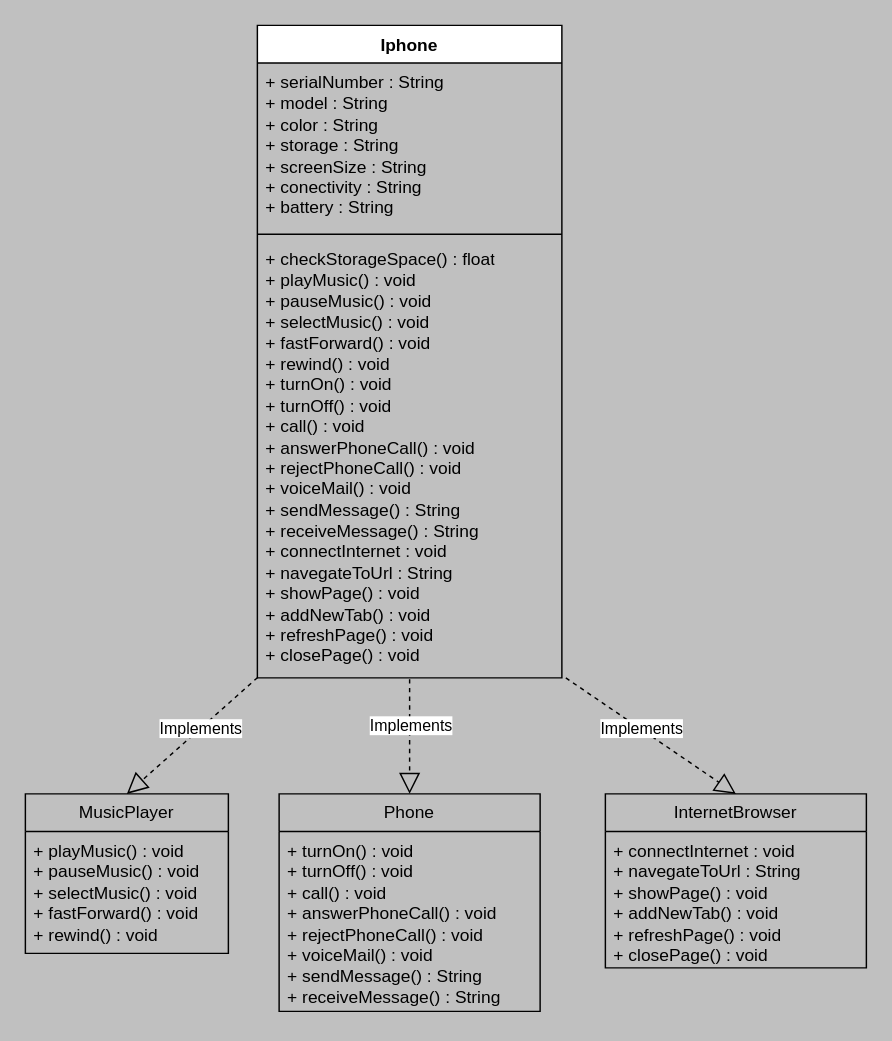
Before: diagram/UML-Iphone.drawio in lucascbarone/java-iphone, a draw.io diagram. Source tidied: cells renumbered, new cells numbered last; positions are measured from the earlier drawing's top-left corner, leaving out a move shared by most shapes. Both pictures are drawn from the tidied source at 145%, with x=0, y=0 at pixel (25, 25).
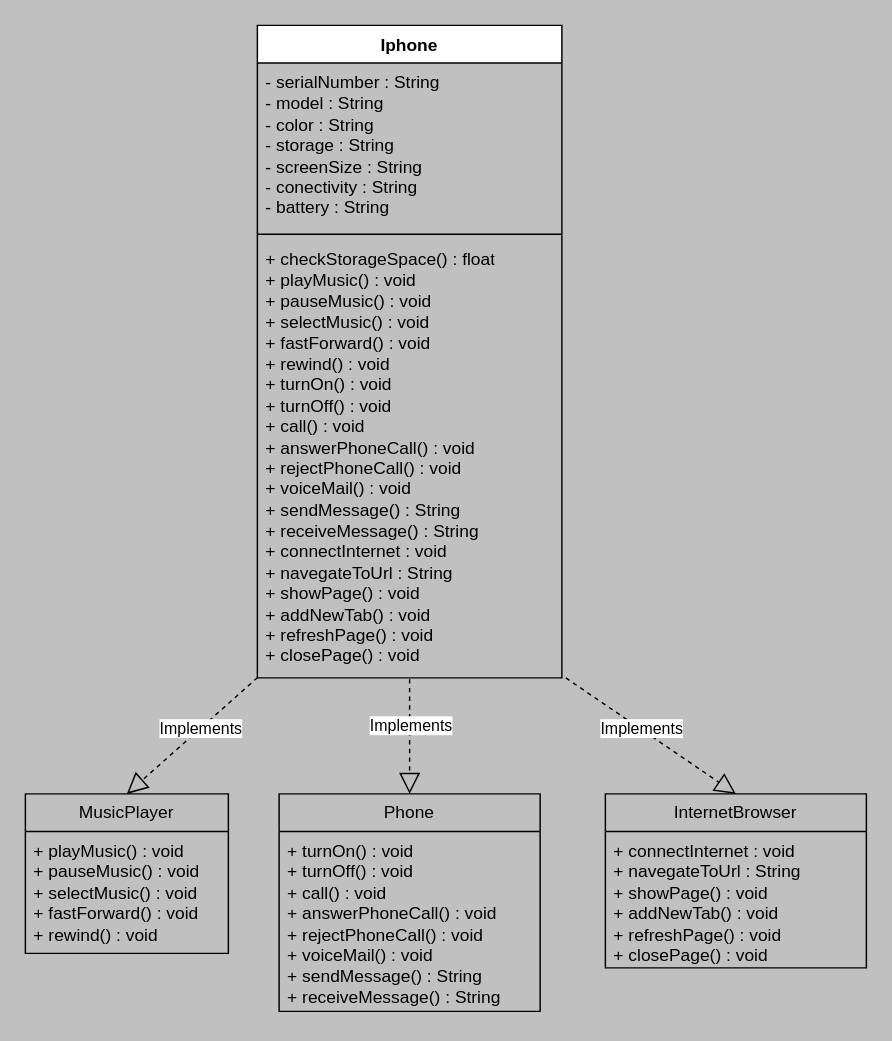
The same page after the edit.

Commit message (it also covers changes not shown here):
fixed attributes encapsulation on diagram and fixed a method type on the Iphone class

The edit, as a diff of the source:
```diff
@@
 <mxGraphModel background="#c0c0c0">
   <root>
     <mxCell id="0" />
     <mxCell id="1" parent="0" />
     <mxCell id="2" value="Iphone" style="swimlane;fontStyle=1;align=center;verticalAlign=top;horizontal=1;startSize=26;whiteSpace=wrap;html=1;" parent="1" vertex="1">
       <mxGeometry x="160" width="210" height="450" as="geometry" />
     </mxCell>
-    <mxCell id="3" value="&lt;div&gt;+ serialNumber : String&lt;/div&gt;&lt;div&gt;+ model : String&lt;/div&gt;&lt;div&gt;+ color : String&lt;/div&gt;&lt;div&gt;+ storage : String&lt;/div&gt;&lt;div&gt;&lt;div&gt;+ screenSize : String&lt;/div&gt;&lt;div&gt;+ conectivity : String&lt;br&gt;&lt;/div&gt;&lt;/div&gt;&lt;div&gt;+ battery : String&lt;/div&gt;&lt;div&gt;&lt;br&gt;&lt;/div&gt;&lt;div&gt;&lt;br&gt;&lt;/div&gt;&lt;div&gt;&lt;br&gt;&lt;/div&gt;" style="text;strokeColor=none;fillColor=none;align=left;verticalAlign=top;spacingLeft=4;spacingRight=4;overflow=hidden;whiteSpace=wrap;html=1;" parent="2" vertex="1">
+    <mxCell id="3" value="&lt;div&gt;- serialNumber : String&lt;/div&gt;&lt;div&gt;- model : String&lt;/div&gt;&lt;div&gt;- color : String&lt;/div&gt;&lt;div&gt;- storage : String&lt;/div&gt;&lt;div&gt;&lt;div&gt;- screenSize : String&lt;/div&gt;&lt;div&gt;- conectivity : String&lt;br&gt;&lt;/div&gt;&lt;/div&gt;&lt;div&gt;- battery : String&lt;/div&gt;&lt;div&gt;&lt;br&gt;&lt;/div&gt;&lt;div&gt;&lt;br&gt;&lt;/div&gt;&lt;div&gt;&lt;br&gt;&lt;/div&gt;" style="text;strokeColor=none;fillColor=none;align=left;verticalAlign=top;spacingLeft=4;spacingRight=4;overflow=hidden;whiteSpace=wrap;html=1;" parent="2" vertex="1">
       <mxGeometry y="26" width="210" height="114" as="geometry" />
     </mxCell>
     <mxCell id="4" style="line;strokeWidth=1;fillColor=none;align=left;verticalAlign=middle;spacingTop=-1;spacingLeft=3;spacingRight=3;labelPosition=right;strokeColor=inherit;" parent="2" vertex="1">
       <mxGeometry y="140" width="210" height="8" as="geometry" />
     </mxCell>
     <mxCell id="5" value="&lt;div&gt;+ checkStorageSpace() : float&lt;/div&gt;&lt;div&gt;+ playMusic() : void&lt;/div&gt;&lt;div&gt;+ pauseMusic() : void&lt;/div&gt;&lt;div&gt;+ selectMusic() : void&lt;/div&gt;&lt;div&gt;&lt;div&gt;+ fastForward() : void&lt;/div&gt;+ rewind() : void &lt;/div&gt;&lt;div&gt;&lt;div&gt;+ turnOn() : void&lt;/div&gt;+ turnOff() : void&lt;/div&gt;&lt;div&gt;+ call() : void&lt;/div&gt;&lt;div&gt;+ answerPhoneCall() : void&lt;/div&gt;&lt;div&gt;&lt;div&gt;&lt;div&gt;+ rejectPhoneCall() : void&lt;br&gt;&lt;/div&gt;&lt;div&gt;+ voiceMail() : void&lt;/div&gt;&lt;div&gt;+ sendMessage() : String&lt;/div&gt;+ receiveMessage() : String&lt;/div&gt;&lt;/div&gt;&lt;div&gt;+ connectInternet : void&lt;/div&gt;+ navegateToUrl : String&lt;div&gt;+ showPage() : void&lt;/div&gt;&lt;div&gt;+ addNewTab() : void&lt;/div&gt;&lt;div&gt;&lt;div&gt;+ refreshPage() : void&lt;/div&gt;&lt;div&gt;+ closePage() : void&lt;/div&gt;&lt;/div&gt;" style="text;strokeColor=none;fillColor=none;align=left;verticalAlign=top;spacingLeft=4;spacingRight=4;overflow=hidden;points=[[0,0.5],[1,0.5]];portConstraint=eastwest;whiteSpace=wrap;html=1;" parent="2" vertex="1">
       <mxGeometry y="148" width="210" height="302" as="geometry" />
     </mxCell>
     <mxCell id="6" value="MusicPlayer" style="swimlane;fontStyle=0;horizontal=1;startSize=26;fillColor=none;whiteSpace=wrap;html=1;" parent="1" vertex="1">
       <mxGeometry y="530" width="140" height="110" as="geometry" />
     </mxCell>
     <mxCell id="7" value="&lt;div&gt;+ playMusic() : void&lt;/div&gt;&lt;div&gt;+ pauseMusic() : void&lt;/div&gt;&lt;div&gt;+ selectMusic() : void&lt;/div&gt;&lt;div&gt;+ fastForward() : void&lt;/div&gt;&lt;div&gt;+ rewind() : void &lt;br&gt;&lt;/div&gt;&lt;div&gt;&lt;br&gt;&lt;/div&gt;" style="text;strokeColor=none;fillColor=none;align=left;verticalAlign=top;spacingLeft=4;spacingRight=4;overflow=hidden;whiteSpace=wrap;html=1;" parent="6" vertex="1">
       <mxGeometry y="26" width="140" height="84" as="geometry" />
     </mxCell>
     <mxCell id="8" value="Phone" style="swimlane;fontStyle=0;horizontal=1;startSize=26;fillColor=none;whiteSpace=wrap;html=1;" parent="1" vertex="1">
       <mxGeometry x="175" y="530" width="180" height="150" as="geometry" />
     </mxCell>
     <mxCell id="9" value="&lt;div&gt;+ turnOn() : void&lt;/div&gt;&lt;div&gt;+ turnOff() : void&lt;br&gt;&lt;/div&gt;&lt;div&gt;+ call() : void&lt;/div&gt;&lt;div&gt;+ answerPhoneCall() : void&lt;/div&gt;&lt;div&gt;+ rejectPhoneCall() : void&lt;br&gt;&lt;/div&gt;&lt;div&gt;+ voiceMail() : void&lt;/div&gt;&lt;div&gt;+ sendMessage() : String&lt;/div&gt;&lt;div&gt;+ receiveMessage() : String&lt;br&gt;&lt;/div&gt;" style="text;strokeColor=none;fillColor=none;align=left;verticalAlign=top;spacingLeft=4;spacingRight=4;overflow=hidden;whiteSpace=wrap;html=1;" parent="8" vertex="1">
       <mxGeometry y="26" width="180" height="124" as="geometry" />
     </mxCell>
     <mxCell id="10" value="InternetBrowser" style="swimlane;fontStyle=0;horizontal=1;startSize=26;fillColor=none;whiteSpace=wrap;html=1;" parent="1" vertex="1">
       <mxGeometry x="400" y="530" width="180" height="120" as="geometry" />
     </mxCell>
     <mxCell id="11" value="&lt;div&gt;+ connectInternet : void&lt;/div&gt;+ navegateToUrl : String&lt;div&gt;+ showPage() : void&lt;/div&gt;&lt;div&gt;+ addNewTab() : void&lt;/div&gt;&lt;div&gt;&lt;div&gt;+ refreshPage() : void&lt;/div&gt;&lt;div&gt;+ closePage() : void&lt;/div&gt;&lt;/div&gt;" style="text;strokeColor=none;fillColor=none;align=left;verticalAlign=top;spacingLeft=4;spacingRight=4;overflow=hidden;whiteSpace=wrap;html=1;" parent="10" vertex="1">
       <mxGeometry y="26" width="180" height="94" as="geometry" />
     </mxCell>
     <mxCell id="12" style="endArrow=block;dashed=1;endFill=0;endSize=12;html=1;rounded=0;exitX=0.001;exitY=0.999;exitDx=0;exitDy=0;exitPerimeter=0;entryX=0.5;entryY=0;entryDx=0;entryDy=0;" parent="1" edge="1" source="5" target="6">
       <mxGeometry relative="1" as="geometry" />
     </mxCell>
     <mxCell id="13" value="Implements" style="edgeLabel;html=1;align=center;verticalAlign=middle;" parent="12" vertex="1">
       <mxGeometry x="-0.12" relative="1" as="geometry" />
     </mxCell>
     <mxCell id="14" style="endArrow=block;dashed=1;endFill=0;endSize=12;html=1;rounded=0;entryX=0.5;entryY=0;entryDx=0;entryDy=0;exitX=0.5;exitY=1.003;exitDx=0;exitDy=0;exitPerimeter=0;" parent="1" edge="1" source="5" target="8">
       <mxGeometry relative="1" as="geometry" />
     </mxCell>
     <mxCell id="15" value="Implements" style="edgeLabel;html=1;align=center;verticalAlign=middle;" parent="14" vertex="1">
       <mxGeometry x="-0.18" relative="1" as="geometry" />
     </mxCell>
     <mxCell id="16" style="endArrow=block;dashed=1;endFill=0;endSize=12;html=1;rounded=0;exitX=1.013;exitY=1;exitDx=0;exitDy=0;exitPerimeter=0;entryX=0.5;entryY=0;entryDx=0;entryDy=0;" parent="1" edge="1" source="5" target="10">
       <mxGeometry relative="1" as="geometry" />
     </mxCell>
     <mxCell id="17" value="Implements" style="edgeLabel;html=1;align=center;verticalAlign=middle;" parent="16" vertex="1">
       <mxGeometry x="-0.13" y="1" relative="1" as="geometry" />
     </mxCell>
   </root>
 </mxGraphModel>
```
